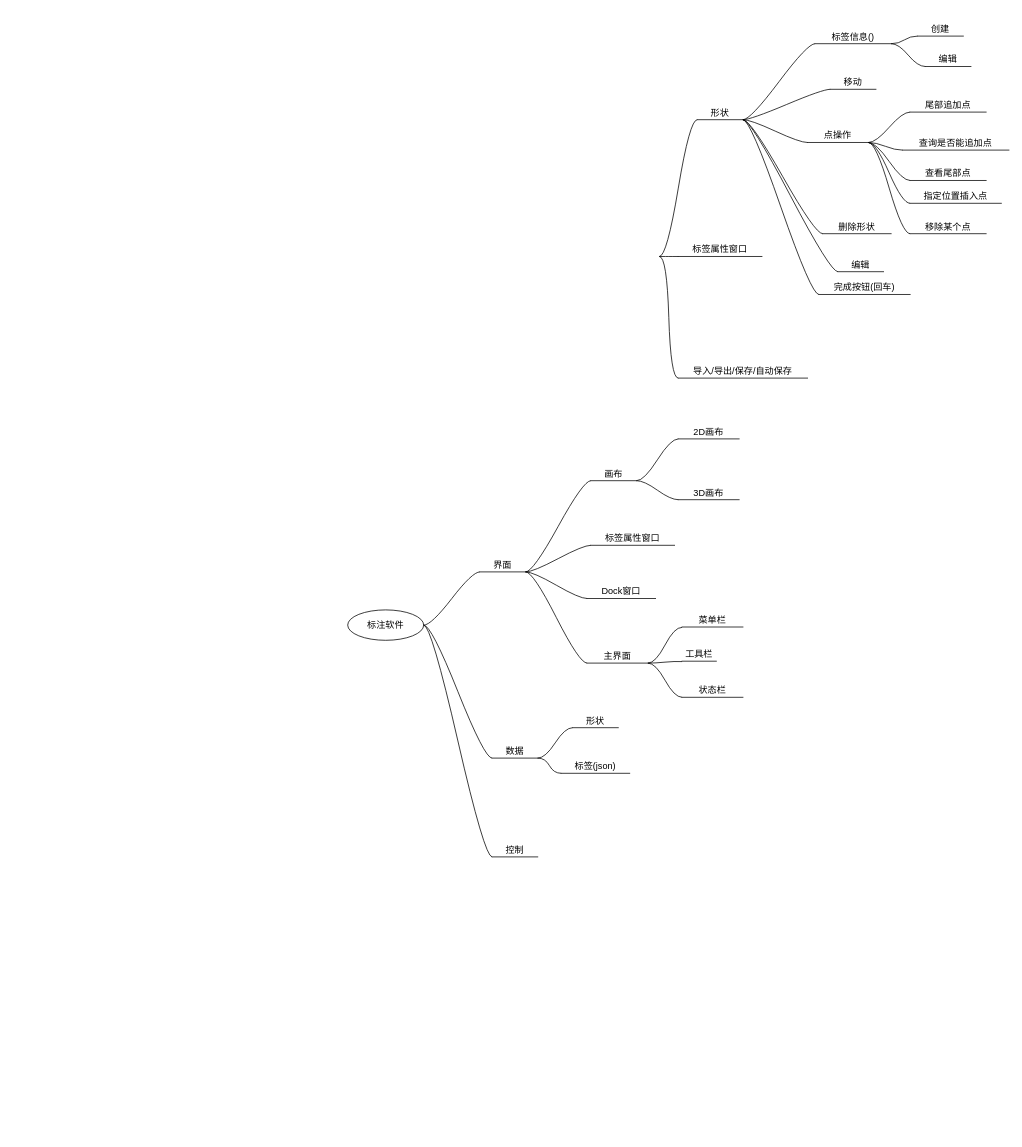
Earlier version of the draw.io diagram page "软件设计" (2 of 4) of 1.Guide/4.annotation/XY-annotation.drawio (DirtyBoy-53/DrawIO_Data). Source tidied: cells renumbered, new cells numbered last; positions are measured from the earlier drawing's top-left corner, leaving out a move shared by most shapes. Both pictures are drawn from the tidied source at 76%, with x=0, y=0 at pixel (347, 13).
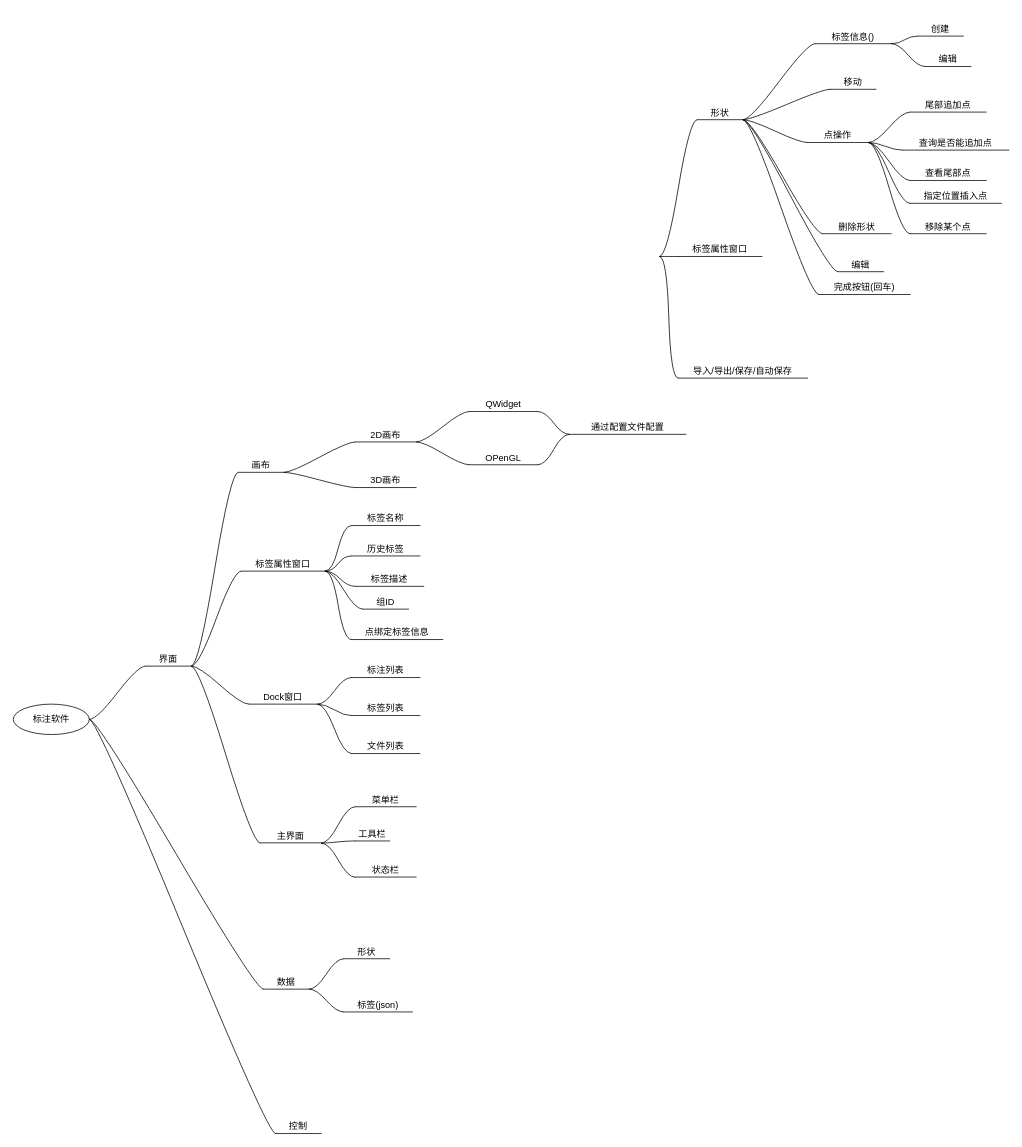
The same diagram, later.

Change to the diagram source:
```diff
@@
     <mxCell id="2" value="标注软件" style="ellipse;whiteSpace=wrap;html=1;align=center;newEdgeStyle={&quot;edgeStyle&quot;:&quot;entityRelationEdgeStyle&quot;,&quot;startArrow&quot;:&quot;none&quot;,&quot;endArrow&quot;:&quot;none&quot;,&quot;segment&quot;:10,&quot;curved&quot;:1,&quot;sourcePerimeterSpacing&quot;:0,&quot;targetPerimeterSpacing&quot;:0};" parent="1" vertex="1">
-      <mxGeometry y="785" width="100" height="40" as="geometry" />
+      <mxGeometry x="-440" y="909" width="100" height="40" as="geometry" />
     </mxCell>
@@
     <mxCell id="35" value="画布" style="whiteSpace=wrap;html=1;shape=partialRectangle;top=0;left=0;bottom=1;right=0;points=[[0,1],[1,1]];fillColor=none;align=center;verticalAlign=bottom;routingCenterY=0.5;snapToPoint=1;newEdgeStyle={&quot;edgeStyle&quot;:&quot;entityRelationEdgeStyle&quot;,&quot;startArrow&quot;:&quot;none&quot;,&quot;endArrow&quot;:&quot;none&quot;,&quot;segment&quot;:10,&quot;curved&quot;:1,&quot;sourcePerimeterSpacing&quot;:0,&quot;targetPerimeterSpacing&quot;:0};" parent="1" vertex="1">
-      <mxGeometry x="320" y="585" width="60" height="30" as="geometry" />
+      <mxGeometry x="-144" y="574" width="60" height="30" as="geometry" />
     </mxCell>
+    <mxCell id="63" style="edgeStyle=entityRelationEdgeStyle;rounded=0;jettySize=auto;html=1;startArrow=none;endArrow=none;segment=10;curved=1;sourcePerimeterSpacing=0;targetPerimeterSpacing=0;" parent="1" edge="1" source="36" target="77">
+      <mxGeometry relative="1" as="geometry" />
+    </mxCell>
+    <mxCell id="64" style="edgeStyle=entityRelationEdgeStyle;rounded=0;jettySize=auto;html=1;startArrow=none;endArrow=none;segment=10;curved=1;sourcePerimeterSpacing=0;targetPerimeterSpacing=0;" parent="1" edge="1" source="36" target="79">
+      <mxGeometry relative="1" as="geometry" />
+    </mxCell>
     <mxCell id="36" value="2D画布" style="whiteSpace=wrap;html=1;shape=partialRectangle;top=0;left=0;bottom=1;right=0;points=[[0,1],[1,1]];fillColor=none;align=center;verticalAlign=bottom;routingCenterY=0.5;snapToPoint=1;newEdgeStyle={&quot;edgeStyle&quot;:&quot;entityRelationEdgeStyle&quot;,&quot;startArrow&quot;:&quot;none&quot;,&quot;endArrow&quot;:&quot;none&quot;,&quot;segment&quot;:10,&quot;curved&quot;:1,&quot;sourcePerimeterSpacing&quot;:0,&quot;targetPerimeterSpacing&quot;:0};" parent="1" vertex="1">
-      <mxGeometry x="435" y="530" width="80" height="30" as="geometry" />
+      <mxGeometry x="10" y="534" width="80" height="30" as="geometry" />
     </mxCell>
@@
     <mxCell id="38" value="3D画布" style="whiteSpace=wrap;html=1;shape=partialRectangle;top=0;left=0;bottom=1;right=0;points=[[0,1],[1,1]];fillColor=none;align=center;verticalAlign=bottom;routingCenterY=0.5;snapToPoint=1;newEdgeStyle={&quot;edgeStyle&quot;:&quot;entityRelationEdgeStyle&quot;,&quot;startArrow&quot;:&quot;none&quot;,&quot;endArrow&quot;:&quot;none&quot;,&quot;segment&quot;:10,&quot;curved&quot;:1,&quot;sourcePerimeterSpacing&quot;:0,&quot;targetPerimeterSpacing&quot;:0};" parent="1" vertex="1">
-      <mxGeometry x="435" y="610" width="80" height="30" as="geometry" />
+      <mxGeometry x="10" y="594" width="80" height="30" as="geometry" />
     </mxCell>
@@
+    <mxCell id="65" style="edgeStyle=entityRelationEdgeStyle;rounded=0;jettySize=auto;html=1;startArrow=none;endArrow=none;segment=10;curved=1;sourcePerimeterSpacing=0;targetPerimeterSpacing=0;" parent="1" edge="1" source="41" target="81">
+      <mxGeometry relative="1" as="geometry" />
+    </mxCell>
+    <mxCell id="66" style="edgeStyle=entityRelationEdgeStyle;rounded=0;jettySize=auto;html=1;startArrow=none;endArrow=none;segment=10;curved=1;sourcePerimeterSpacing=0;targetPerimeterSpacing=0;" parent="1" edge="1" source="41" target="82">
+      <mxGeometry relative="1" as="geometry" />
+    </mxCell>
+    <mxCell id="67" style="edgeStyle=entityRelationEdgeStyle;rounded=0;jettySize=auto;html=1;startArrow=none;endArrow=none;segment=10;curved=1;sourcePerimeterSpacing=0;targetPerimeterSpacing=0;" parent="1" edge="1" source="41" target="83">
+      <mxGeometry relative="1" as="geometry" />
+    </mxCell>
+    <mxCell id="68" style="edgeStyle=entityRelationEdgeStyle;rounded=0;jettySize=auto;html=1;startArrow=none;endArrow=none;segment=10;curved=1;sourcePerimeterSpacing=0;targetPerimeterSpacing=0;" parent="1" edge="1" source="41" target="84">
+      <mxGeometry relative="1" as="geometry" />
+    </mxCell>
+    <mxCell id="69" style="edgeStyle=entityRelationEdgeStyle;rounded=0;jettySize=auto;html=1;startArrow=none;endArrow=none;segment=10;curved=1;sourcePerimeterSpacing=0;targetPerimeterSpacing=0;" parent="1" edge="1" source="41" target="85">
+      <mxGeometry relative="1" as="geometry" />
+    </mxCell>
     <mxCell id="41" value="标签属性窗口" style="whiteSpace=wrap;html=1;shape=partialRectangle;top=0;left=0;bottom=1;right=0;points=[[0,1],[1,1]];fillColor=none;align=center;verticalAlign=bottom;routingCenterY=0.5;snapToPoint=1;newEdgeStyle={&quot;edgeStyle&quot;:&quot;entityRelationEdgeStyle&quot;,&quot;startArrow&quot;:&quot;none&quot;,&quot;endArrow&quot;:&quot;none&quot;,&quot;segment&quot;:10,&quot;curved&quot;:1,&quot;sourcePerimeterSpacing&quot;:0,&quot;targetPerimeterSpacing&quot;:0};" parent="1" vertex="1">
-      <mxGeometry x="320" y="670" width="110" height="30" as="geometry" />
+      <mxGeometry x="-140" y="704" width="110" height="30" as="geometry" />
     </mxCell>
@@
     <mxCell id="43" value="界面" style="whiteSpace=wrap;html=1;shape=partialRectangle;top=0;left=0;bottom=1;right=0;points=[[0,1],[1,1]];fillColor=none;align=center;verticalAlign=bottom;routingCenterY=0.5;snapToPoint=1;newEdgeStyle={&quot;edgeStyle&quot;:&quot;entityRelationEdgeStyle&quot;,&quot;startArrow&quot;:&quot;none&quot;,&quot;endArrow&quot;:&quot;none&quot;,&quot;segment&quot;:10,&quot;curved&quot;:1,&quot;sourcePerimeterSpacing&quot;:0,&quot;targetPerimeterSpacing&quot;:0};" parent="1" vertex="1">
-      <mxGeometry x="174" y="705" width="60" height="30" as="geometry" />
+      <mxGeometry x="-266" y="829" width="60" height="30" as="geometry" />
     </mxCell>
@@
     <mxCell id="45" value="控制" style="whiteSpace=wrap;html=1;shape=partialRectangle;top=0;left=0;bottom=1;right=0;points=[[0,1],[1,1]];fillColor=none;align=center;verticalAlign=bottom;routingCenterY=0.5;snapToPoint=1;newEdgeStyle={&quot;edgeStyle&quot;:&quot;entityRelationEdgeStyle&quot;,&quot;startArrow&quot;:&quot;none&quot;,&quot;endArrow&quot;:&quot;none&quot;,&quot;segment&quot;:10,&quot;curved&quot;:1,&quot;sourcePerimeterSpacing&quot;:0,&quot;targetPerimeterSpacing&quot;:0};" parent="1" vertex="1">
-      <mxGeometry x="190" y="1080" width="60" height="30" as="geometry" />
+      <mxGeometry x="-95" y="1444" width="60" height="30" as="geometry" />
     </mxCell>
@@
+    <mxCell id="70" style="edgeStyle=entityRelationEdgeStyle;rounded=0;jettySize=auto;html=1;startArrow=none;endArrow=none;segment=10;curved=1;sourcePerimeterSpacing=0;targetPerimeterSpacing=0;" parent="1" edge="1" source="47" target="73">
+      <mxGeometry relative="1" as="geometry" />
+    </mxCell>
+    <mxCell id="71" style="edgeStyle=entityRelationEdgeStyle;rounded=0;jettySize=auto;html=1;startArrow=none;endArrow=none;segment=10;curved=1;sourcePerimeterSpacing=0;targetPerimeterSpacing=0;" parent="1" edge="1" source="47" target="74">
+      <mxGeometry relative="1" as="geometry" />
+    </mxCell>
+    <mxCell id="72" style="edgeStyle=entityRelationEdgeStyle;rounded=0;jettySize=auto;html=1;startArrow=none;endArrow=none;segment=10;curved=1;sourcePerimeterSpacing=0;targetPerimeterSpacing=0;" parent="1" edge="1" source="47" target="75">
+      <mxGeometry relative="1" as="geometry" />
+    </mxCell>
     <mxCell id="47" value="Dock窗口" style="whiteSpace=wrap;html=1;shape=partialRectangle;top=0;left=0;bottom=1;right=0;points=[[0,1],[1,1]];fillColor=none;align=center;verticalAlign=bottom;routingCenterY=0.5;snapToPoint=1;newEdgeStyle={&quot;edgeStyle&quot;:&quot;entityRelationEdgeStyle&quot;,&quot;startArrow&quot;:&quot;none&quot;,&quot;endArrow&quot;:&quot;none&quot;,&quot;segment&quot;:10,&quot;curved&quot;:1,&quot;sourcePerimeterSpacing&quot;:0,&quot;targetPerimeterSpacing&quot;:0};" parent="1" vertex="1">
-      <mxGeometry x="315" y="740" width="90" height="30" as="geometry" />
+      <mxGeometry x="-130" y="879" width="90" height="30" as="geometry" />
     </mxCell>
@@
     <mxCell id="49" value="菜单栏" style="whiteSpace=wrap;html=1;shape=partialRectangle;top=0;left=0;bottom=1;right=0;points=[[0,1],[1,1]];fillColor=none;align=center;verticalAlign=bottom;routingCenterY=0.5;snapToPoint=1;newEdgeStyle={&quot;edgeStyle&quot;:&quot;entityRelationEdgeStyle&quot;,&quot;startArrow&quot;:&quot;none&quot;,&quot;endArrow&quot;:&quot;none&quot;,&quot;segment&quot;:10,&quot;curved&quot;:1,&quot;sourcePerimeterSpacing&quot;:0,&quot;targetPerimeterSpacing&quot;:0};" parent="1" vertex="1">
-      <mxGeometry x="440" y="777.5" width="80" height="30" as="geometry" />
+      <mxGeometry x="10" y="1014" width="80" height="30" as="geometry" />
     </mxCell>
@@
     <mxCell id="51" value="工具栏" style="whiteSpace=wrap;html=1;shape=partialRectangle;top=0;left=0;bottom=1;right=0;points=[[0,1],[1,1]];fillColor=none;align=center;verticalAlign=bottom;routingCenterY=0.5;snapToPoint=1;newEdgeStyle={&quot;edgeStyle&quot;:&quot;entityRelationEdgeStyle&quot;,&quot;startArrow&quot;:&quot;none&quot;,&quot;endArrow&quot;:&quot;none&quot;,&quot;segment&quot;:10,&quot;curved&quot;:1,&quot;sourcePerimeterSpacing&quot;:0,&quot;targetPerimeterSpacing&quot;:0};" parent="1" vertex="1">
-      <mxGeometry x="440" y="822.5" width="45" height="30" as="geometry" />
+      <mxGeometry x="10" y="1059" width="45" height="30" as="geometry" />
     </mxCell>
@@
     <mxCell id="53" value="状态栏" style="whiteSpace=wrap;html=1;shape=partialRectangle;top=0;left=0;bottom=1;right=0;points=[[0,1],[1,1]];fillColor=none;align=center;verticalAlign=bottom;routingCenterY=0.5;snapToPoint=1;newEdgeStyle={&quot;edgeStyle&quot;:&quot;entityRelationEdgeStyle&quot;,&quot;startArrow&quot;:&quot;none&quot;,&quot;endArrow&quot;:&quot;none&quot;,&quot;segment&quot;:10,&quot;curved&quot;:1,&quot;sourcePerimeterSpacing&quot;:0,&quot;targetPerimeterSpacing&quot;:0};" parent="1" vertex="1">
-      <mxGeometry x="440" y="870" width="80" height="30" as="geometry" />
+      <mxGeometry x="10" y="1106.5" width="80" height="30" as="geometry" />
     </mxCell>
@@
     <mxCell id="55" value="主界面" style="whiteSpace=wrap;html=1;shape=partialRectangle;top=0;left=0;bottom=1;right=0;points=[[0,1],[1,1]];fillColor=none;align=center;verticalAlign=bottom;routingCenterY=0.5;snapToPoint=1;newEdgeStyle={&quot;edgeStyle&quot;:&quot;entityRelationEdgeStyle&quot;,&quot;startArrow&quot;:&quot;none&quot;,&quot;endArrow&quot;:&quot;none&quot;,&quot;segment&quot;:10,&quot;curved&quot;:1,&quot;sourcePerimeterSpacing&quot;:0,&quot;targetPerimeterSpacing&quot;:0};" parent="1" vertex="1">
-      <mxGeometry x="315" y="825" width="80" height="30" as="geometry" />
+      <mxGeometry x="-115" y="1061.5" width="80" height="30" as="geometry" />
     </mxCell>
@@
     <mxCell id="57" value="数据" style="whiteSpace=wrap;html=1;shape=partialRectangle;top=0;left=0;bottom=1;right=0;points=[[0,1],[1,1]];fillColor=none;align=center;verticalAlign=bottom;routingCenterY=0.5;snapToPoint=1;newEdgeStyle={&quot;edgeStyle&quot;:&quot;entityRelationEdgeStyle&quot;,&quot;startArrow&quot;:&quot;none&quot;,&quot;endArrow&quot;:&quot;none&quot;,&quot;segment&quot;:10,&quot;curved&quot;:1,&quot;sourcePerimeterSpacing&quot;:0,&quot;targetPerimeterSpacing&quot;:0};" parent="1" vertex="1">
-      <mxGeometry x="190" y="950" width="60" height="30" as="geometry" />
+      <mxGeometry x="-111" y="1254" width="60" height="30" as="geometry" />
     </mxCell>
@@
     <mxCell id="59" value="形状" style="whiteSpace=wrap;html=1;shape=partialRectangle;top=0;left=0;bottom=1;right=0;points=[[0,1],[1,1]];fillColor=none;align=center;verticalAlign=bottom;routingCenterY=0.5;snapToPoint=1;newEdgeStyle={&quot;edgeStyle&quot;:&quot;entityRelationEdgeStyle&quot;,&quot;startArrow&quot;:&quot;none&quot;,&quot;endArrow&quot;:&quot;none&quot;,&quot;segment&quot;:10,&quot;curved&quot;:1,&quot;sourcePerimeterSpacing&quot;:0,&quot;targetPerimeterSpacing&quot;:0};" parent="1" vertex="1">
-      <mxGeometry x="296" y="910" width="60" height="30" as="geometry" />
+      <mxGeometry x="-5" y="1214" width="60" height="30" as="geometry" />
     </mxCell>
@@
     <mxCell id="61" value="标签(json)" style="whiteSpace=wrap;html=1;shape=partialRectangle;top=0;left=0;bottom=1;right=0;points=[[0,1],[1,1]];fillColor=none;align=center;verticalAlign=bottom;routingCenterY=0.5;snapToPoint=1;newEdgeStyle={&quot;edgeStyle&quot;:&quot;entityRelationEdgeStyle&quot;,&quot;startArrow&quot;:&quot;none&quot;,&quot;endArrow&quot;:&quot;none&quot;,&quot;segment&quot;:10,&quot;curved&quot;:1,&quot;sourcePerimeterSpacing&quot;:0,&quot;targetPerimeterSpacing&quot;:0};" parent="1" vertex="1">
-      <mxGeometry x="281" y="970" width="90" height="30" as="geometry" />
+      <mxGeometry x="-5" y="1284" width="90" height="30" as="geometry" />
     </mxCell>
@@
+    <mxCell id="73" value="标注列表" style="whiteSpace=wrap;html=1;shape=partialRectangle;top=0;left=0;bottom=1;right=0;points=[[0,1],[1,1]];fillColor=none;align=center;verticalAlign=bottom;routingCenterY=0.5;snapToPoint=1;newEdgeStyle={&quot;edgeStyle&quot;:&quot;entityRelationEdgeStyle&quot;,&quot;startArrow&quot;:&quot;none&quot;,&quot;endArrow&quot;:&quot;none&quot;,&quot;segment&quot;:10,&quot;curved&quot;:1,&quot;sourcePerimeterSpacing&quot;:0,&quot;targetPerimeterSpacing&quot;:0};" parent="1" vertex="1">
+      <mxGeometry x="5" y="844" width="90" height="30" as="geometry" />
+    </mxCell>
+    <mxCell id="74" value="标签列表" style="whiteSpace=wrap;html=1;shape=partialRectangle;top=0;left=0;bottom=1;right=0;points=[[0,1],[1,1]];fillColor=none;align=center;verticalAlign=bottom;routingCenterY=0.5;snapToPoint=1;newEdgeStyle={&quot;edgeStyle&quot;:&quot;entityRelationEdgeStyle&quot;,&quot;startArrow&quot;:&quot;none&quot;,&quot;endArrow&quot;:&quot;none&quot;,&quot;segment&quot;:10,&quot;curved&quot;:1,&quot;sourcePerimeterSpacing&quot;:0,&quot;targetPerimeterSpacing&quot;:0};" parent="1" vertex="1">
+      <mxGeometry x="5" y="894" width="90" height="30" as="geometry" />
+    </mxCell>
+    <mxCell id="75" value="文件列表" style="whiteSpace=wrap;html=1;shape=partialRectangle;top=0;left=0;bottom=1;right=0;points=[[0,1],[1,1]];fillColor=none;align=center;verticalAlign=bottom;routingCenterY=0.5;snapToPoint=1;newEdgeStyle={&quot;edgeStyle&quot;:&quot;entityRelationEdgeStyle&quot;,&quot;startArrow&quot;:&quot;none&quot;,&quot;endArrow&quot;:&quot;none&quot;,&quot;segment&quot;:10,&quot;curved&quot;:1,&quot;sourcePerimeterSpacing&quot;:0,&quot;targetPerimeterSpacing&quot;:0};" parent="1" vertex="1">
+      <mxGeometry x="5" y="944" width="90" height="30" as="geometry" />
+    </mxCell>
+    <mxCell id="76" style="edgeStyle=entityRelationEdgeStyle;rounded=0;jettySize=auto;html=1;startArrow=none;endArrow=none;segment=10;curved=1;sourcePerimeterSpacing=0;targetPerimeterSpacing=0;exitX=1;exitY=1;exitDx=0;exitDy=0;" parent="1" edge="1" source="77" target="80">
+      <mxGeometry relative="1" as="geometry" />
+    </mxCell>
+    <mxCell id="77" value="QWidget" style="whiteSpace=wrap;html=1;shape=partialRectangle;top=0;left=0;bottom=1;right=0;points=[[0,1],[1,1]];fillColor=none;align=center;verticalAlign=bottom;routingCenterY=0.5;snapToPoint=1;newEdgeStyle={&quot;edgeStyle&quot;:&quot;entityRelationEdgeStyle&quot;,&quot;startArrow&quot;:&quot;none&quot;,&quot;endArrow&quot;:&quot;none&quot;,&quot;segment&quot;:10,&quot;curved&quot;:1,&quot;sourcePerimeterSpacing&quot;:0,&quot;targetPerimeterSpacing&quot;:0};" parent="1" vertex="1">
+      <mxGeometry x="160" y="494" width="90" height="30" as="geometry" />
+    </mxCell>
+    <mxCell id="78" style="edgeStyle=entityRelationEdgeStyle;rounded=0;jettySize=auto;html=1;startArrow=none;endArrow=none;segment=10;curved=1;sourcePerimeterSpacing=0;targetPerimeterSpacing=0;exitX=1;exitY=1;exitDx=0;exitDy=0;" parent="1" edge="1" source="79" target="80">
+      <mxGeometry relative="1" as="geometry">
+        <Array as="points">
+          <mxPoint x="415" y="554" />
+        </Array>
+      </mxGeometry>
+    </mxCell>
+    <mxCell id="79" value="OPenGL" style="whiteSpace=wrap;html=1;shape=partialRectangle;top=0;left=0;bottom=1;right=0;points=[[0,1],[1,1]];fillColor=none;align=center;verticalAlign=bottom;routingCenterY=0.5;snapToPoint=1;newEdgeStyle={&quot;edgeStyle&quot;:&quot;entityRelationEdgeStyle&quot;,&quot;startArrow&quot;:&quot;none&quot;,&quot;endArrow&quot;:&quot;none&quot;,&quot;segment&quot;:10,&quot;curved&quot;:1,&quot;sourcePerimeterSpacing&quot;:0,&quot;targetPerimeterSpacing&quot;:0};" parent="1" vertex="1">
+      <mxGeometry x="160" y="564" width="90" height="30" as="geometry" />
+    </mxCell>
+    <mxCell id="80" value="通过配置文件配置" style="whiteSpace=wrap;html=1;shape=partialRectangle;top=0;left=0;bottom=1;right=0;points=[[0,1],[1,1]];fillColor=none;align=center;verticalAlign=bottom;routingCenterY=0.5;snapToPoint=1;newEdgeStyle={&quot;edgeStyle&quot;:&quot;entityRelationEdgeStyle&quot;,&quot;startArrow&quot;:&quot;none&quot;,&quot;endArrow&quot;:&quot;none&quot;,&quot;segment&quot;:10,&quot;curved&quot;:1,&quot;sourcePerimeterSpacing&quot;:0,&quot;targetPerimeterSpacing&quot;:0};" parent="1" vertex="1">
+      <mxGeometry x="292" y="524" width="153" height="30" as="geometry" />
+    </mxCell>
+    <mxCell id="81" value="标签名称" style="whiteSpace=wrap;html=1;shape=partialRectangle;top=0;left=0;bottom=1;right=0;points=[[0,1],[1,1]];fillColor=none;align=center;verticalAlign=bottom;routingCenterY=0.5;snapToPoint=1;newEdgeStyle={&quot;edgeStyle&quot;:&quot;entityRelationEdgeStyle&quot;,&quot;startArrow&quot;:&quot;none&quot;,&quot;endArrow&quot;:&quot;none&quot;,&quot;segment&quot;:10,&quot;curved&quot;:1,&quot;sourcePerimeterSpacing&quot;:0,&quot;targetPerimeterSpacing&quot;:0};" parent="1" vertex="1">
+      <mxGeometry x="5" y="644" width="90" height="30" as="geometry" />
+    </mxCell>
+    <mxCell id="82" value="历史标签" style="whiteSpace=wrap;html=1;shape=partialRectangle;top=0;left=0;bottom=1;right=0;points=[[0,1],[1,1]];fillColor=none;align=center;verticalAlign=bottom;routingCenterY=0.5;snapToPoint=1;newEdgeStyle={&quot;edgeStyle&quot;:&quot;entityRelationEdgeStyle&quot;,&quot;startArrow&quot;:&quot;none&quot;,&quot;endArrow&quot;:&quot;none&quot;,&quot;segment&quot;:10,&quot;curved&quot;:1,&quot;sourcePerimeterSpacing&quot;:0,&quot;targetPerimeterSpacing&quot;:0};" parent="1" vertex="1">
+      <mxGeometry x="5" y="684" width="90" height="30" as="geometry" />
+    </mxCell>
+    <mxCell id="83" value="标签描述" style="whiteSpace=wrap;html=1;shape=partialRectangle;top=0;left=0;bottom=1;right=0;points=[[0,1],[1,1]];fillColor=none;align=center;verticalAlign=bottom;routingCenterY=0.5;snapToPoint=1;newEdgeStyle={&quot;edgeStyle&quot;:&quot;entityRelationEdgeStyle&quot;,&quot;startArrow&quot;:&quot;none&quot;,&quot;endArrow&quot;:&quot;none&quot;,&quot;segment&quot;:10,&quot;curved&quot;:1,&quot;sourcePerimeterSpacing&quot;:0,&quot;targetPerimeterSpacing&quot;:0};" parent="1" vertex="1">
+      <mxGeometry x="10" y="724" width="90" height="30" as="geometry" />
+    </mxCell>
+    <mxCell id="84" value="组ID" style="whiteSpace=wrap;html=1;shape=partialRectangle;top=0;left=0;bottom=1;right=0;points=[[0,1],[1,1]];fillColor=none;align=center;verticalAlign=bottom;routingCenterY=0.5;snapToPoint=1;newEdgeStyle={&quot;edgeStyle&quot;:&quot;entityRelationEdgeStyle&quot;,&quot;startArrow&quot;:&quot;none&quot;,&quot;endArrow&quot;:&quot;none&quot;,&quot;segment&quot;:10,&quot;curved&quot;:1,&quot;sourcePerimeterSpacing&quot;:0,&quot;targetPerimeterSpacing&quot;:0};" parent="1" vertex="1">
+      <mxGeometry x="20" y="754" width="60" height="30" as="geometry" />
+    </mxCell>
+    <mxCell id="85" value="点绑定标签信息" style="whiteSpace=wrap;html=1;shape=partialRectangle;top=0;left=0;bottom=1;right=0;points=[[0,1],[1,1]];fillColor=none;align=center;verticalAlign=bottom;routingCenterY=0.5;snapToPoint=1;newEdgeStyle={&quot;edgeStyle&quot;:&quot;entityRelationEdgeStyle&quot;,&quot;startArrow&quot;:&quot;none&quot;,&quot;endArrow&quot;:&quot;none&quot;,&quot;segment&quot;:10,&quot;curved&quot;:1,&quot;sourcePerimeterSpacing&quot;:0,&quot;targetPerimeterSpacing&quot;:0};" parent="1" vertex="1">
+      <mxGeometry x="5" y="794" width="120" height="30" as="geometry" />
+    </mxCell>
```
